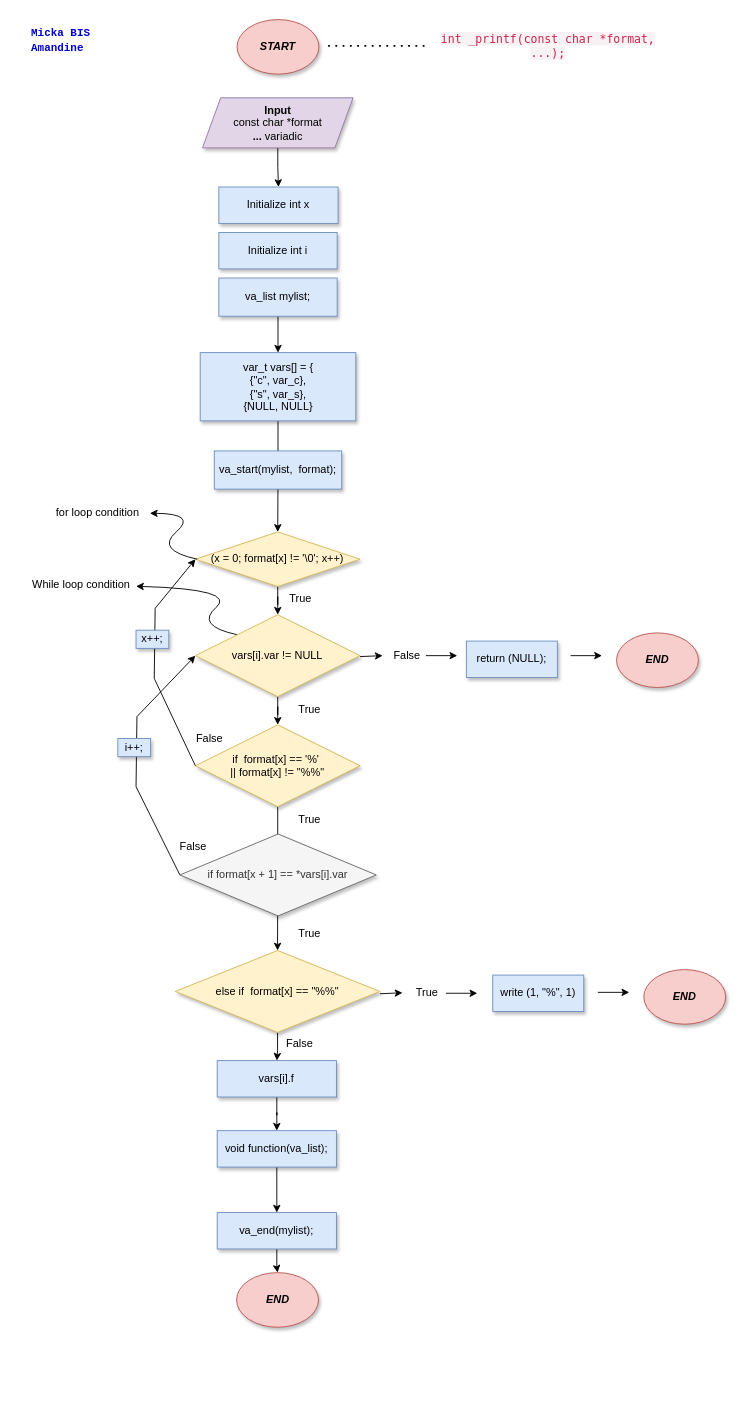
Earlier version of the draw.io diagram page "Printf" (1 of 4) of Diagramme sans nom.drawio (Amandine4731/holbertonschool-printf). Source tidied: cells renumbered, new cells numbered last; positions are measured from the earlier drawing's top-left corner, leaving out a move shared by most shapes. Both pictures are drawn from the tidied source at 91%, with x=0, y=0 at pixel (19, 19).
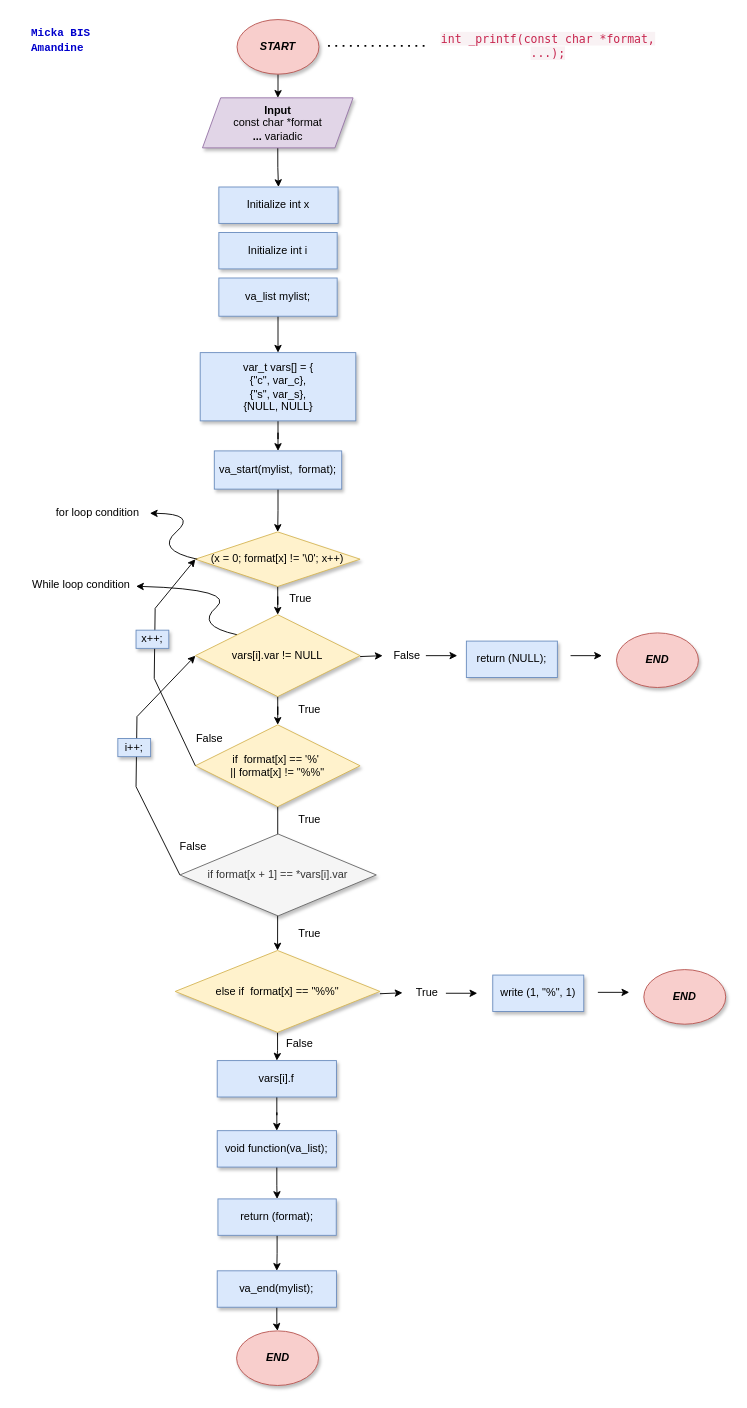
The same page after the edit.

The change refers to these unchanged cells:
```xml
<mxCell id="2" value="&lt;b&gt;&lt;i&gt;START&lt;/i&gt;&lt;/b&gt;" style="ellipse;whiteSpace=wrap;html=1;shadow=1;fillColor=#f8cecc;strokeColor=#b85450;" parent="1" vertex="1">
  <mxGeometry x="239" width="90" height="60" as="geometry" />
</mxCell>
<mxCell id="5" value="(x = 0; format[x] != '\0'; x++)" style="rhombus;whiteSpace=wrap;html=1;shadow=1;strokeWidth=1;fillColor=#fff2cc;strokeColor=#d6b656;" parent="1" vertex="1">
  <mxGeometry x="193.2" y="563" width="181" height="60" as="geometry" />
</mxCell>
<mxCell id="24" value="void function(va_list);" style="rounded=0;whiteSpace=wrap;html=1;shadow=1;strokeWidth=1;fillColor=#dae8fc;strokeColor=#6c8ebf;" parent="1" vertex="1">
  <mxGeometry x="217.2" y="1221" width="131" height="40" as="geometry" />
</mxCell>
<mxCell id="32" value="&lt;b&gt;Input&lt;/b&gt;&lt;br&gt;const char *format&lt;br&gt;&lt;b&gt;... &lt;/b&gt;variadic" style="shape=parallelogram;perimeter=parallelogramPerimeter;whiteSpace=wrap;html=1;fixedSize=1;shadow=1;strokeWidth=1;fillColor=#e1d5e7;strokeColor=#9673a6;" parent="1" vertex="1">
  <mxGeometry x="201" y="86" width="165.5" height="55" as="geometry" />
</mxCell>
<mxCell id="43" value="var_t vars[] = {&lt;br&gt;{&quot;c&quot;, var_c},&lt;br&gt;{&quot;s&quot;, var_s},&lt;br&gt;{NULL, NULL}" style="rounded=0;whiteSpace=wrap;html=1;shadow=1;strokeWidth=1;fillColor=#dae8fc;strokeColor=#6c8ebf;" parent="1" vertex="1">
  <mxGeometry x="198.5" y="366" width="171" height="75" as="geometry" />
</mxCell>
<mxCell id="56" value="va_start(mylist,&amp;nbsp; format);" style="rounded=0;whiteSpace=wrap;html=1;shadow=1;strokeWidth=1;fillColor=#dae8fc;strokeColor=#6c8ebf;" parent="1" vertex="1">
  <mxGeometry x="214" y="474" width="140" height="42" as="geometry" />
</mxCell>
```

What changed in the source:
```diff
@@
+    <mxCell id="59" style="edgeStyle=orthogonalEdgeStyle;rounded=0;jettySize=auto;html=1;" parent="1" edge="1" source="2" target="32">
+      <mxGeometry relative="1" as="geometry" />
+    </mxCell>
@@
-    <mxCell id="23" style="edgeStyle=orthogonalEdgeStyle;rounded=0;jettySize=auto;html=1;entryX=0.5;entryY=0;entryDx=0;entryDy=0;" parent="1" edge="1" source="24" target="54">
-      <mxGeometry relative="1" as="geometry" />
-    </mxCell>
+    <mxCell id="60" style="edgeStyle=orthogonalEdgeStyle;rounded=0;jettySize=auto;html=1;" parent="1" edge="1" source="24" target="64">
+      <mxGeometry relative="1" as="geometry" />
+    </mxCell>
@@
     <mxCell id="25" value="&lt;b&gt;&lt;i&gt;END&lt;/i&gt;&lt;/b&gt;" style="ellipse;whiteSpace=wrap;html=1;shadow=1;fillColor=#f8cecc;strokeColor=#b85450;" parent="1" vertex="1">
-      <mxGeometry x="238.5" y="1377" width="90" height="60" as="geometry" />
+      <mxGeometry x="238.5" y="1441" width="90" height="60" as="geometry" />
     </mxCell>
@@
-    <mxCell id="42" style="edgeStyle=orthogonalEdgeStyle;rounded=0;jettySize=auto;html=1;entryX=0.5;entryY=0;entryDx=0;entryDy=0;" parent="1" edge="1" source="43" target="5">
-      <mxGeometry relative="1" as="geometry" />
-    </mxCell>
+    <mxCell id="61" style="edgeStyle=orthogonalEdgeStyle;rounded=0;jettySize=auto;html=1;entryX=0.5;entryY=0;entryDx=0;entryDy=0;" parent="1" edge="1" source="43" target="56">
+      <mxGeometry relative="1" as="geometry" />
+    </mxCell>
@@
     <mxCell id="54" value="va_end(mylist);" style="rounded=0;whiteSpace=wrap;html=1;shadow=1;strokeWidth=1;fillColor=#dae8fc;strokeColor=#6c8ebf;" parent="1" vertex="1">
-      <mxGeometry x="217.2" y="1311" width="131" height="40" as="geometry" />
+      <mxGeometry x="217.2" y="1375" width="131" height="40" as="geometry" />
     </mxCell>
@@
+    <mxCell id="62" style="edgeStyle=orthogonalEdgeStyle;rounded=0;jettySize=auto;html=1;entryX=0.5;entryY=0;entryDx=0;entryDy=0;" parent="1" edge="1" source="56" target="5">
+      <mxGeometry relative="1" as="geometry" />
+    </mxCell>
@@
+    <mxCell id="63" style="edgeStyle=orthogonalEdgeStyle;rounded=0;jettySize=auto;html=1;entryX=0.5;entryY=0;entryDx=0;entryDy=0;" parent="1" edge="1" source="64" target="54">
+      <mxGeometry relative="1" as="geometry" />
+    </mxCell>
+    <mxCell id="64" value="return (format);" style="rounded=0;whiteSpace=wrap;html=1;shadow=1;strokeWidth=1;fillColor=#dae8fc;strokeColor=#6c8ebf;" parent="1" vertex="1">
+      <mxGeometry x="218" y="1296" width="130" height="40" as="geometry" />
+    </mxCell>
```
